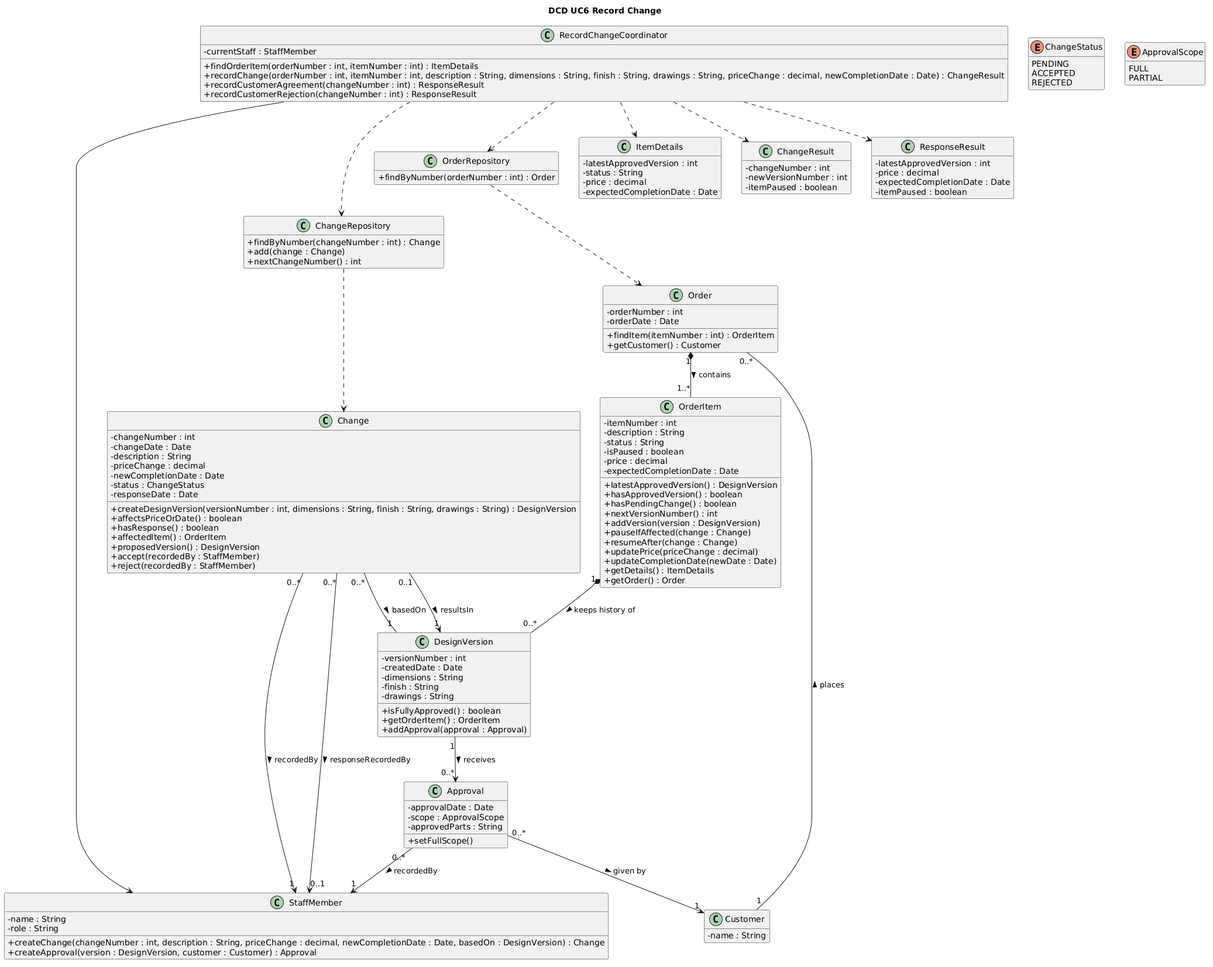
Ahmad-1031/OOAD_CA2 keeps this PlantUML diagram as dcd-uc6-record-change.png. Above is the earlier version.
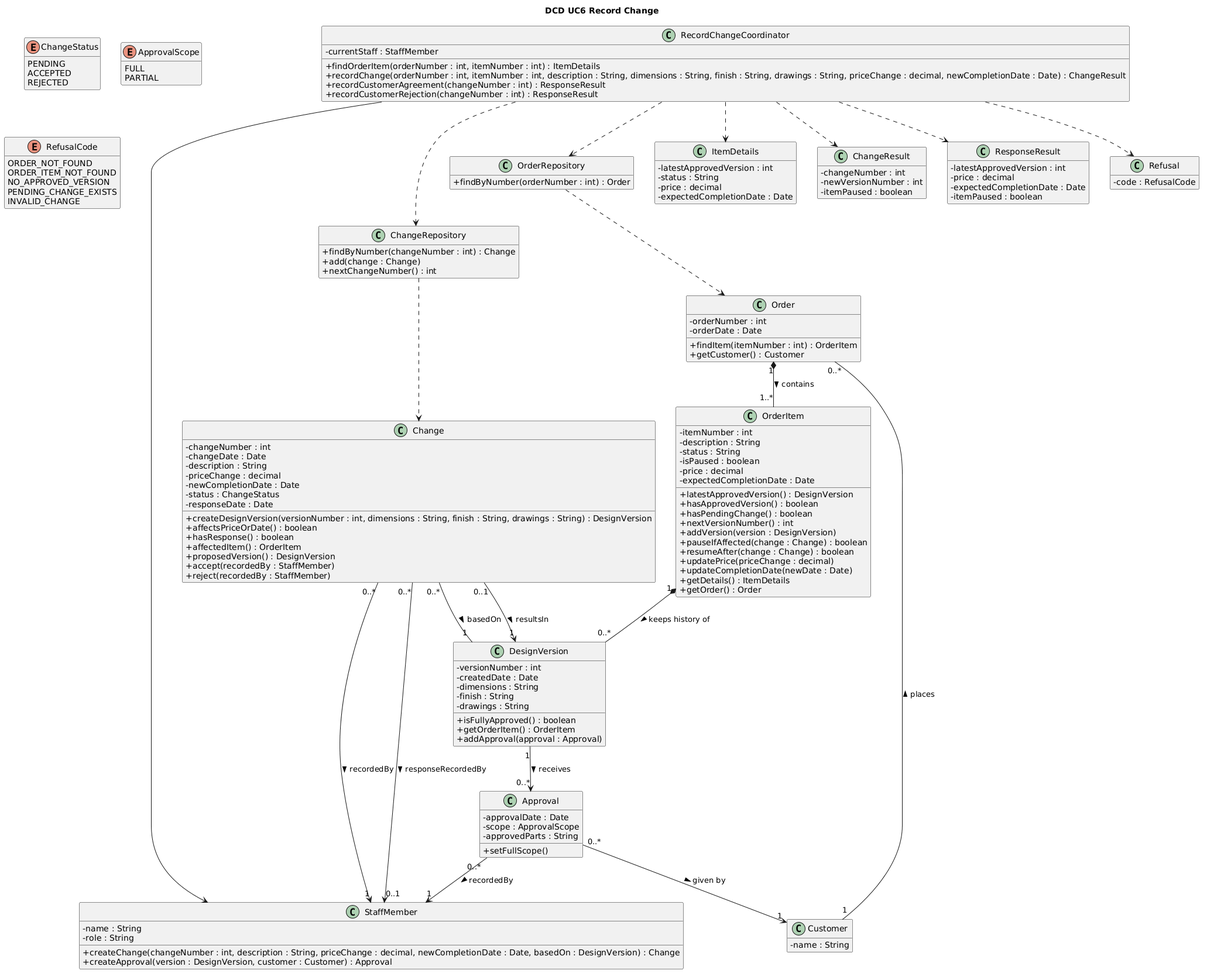
The same diagram one commit later.

Change to the diagram source:
```diff
@@ -40,8 +40,8 @@
   + hasPendingChange() : boolean
   + nextVersionNumber() : int
   + addVersion(version : DesignVersion)
-  + pauseIfAffected(change : Change)
-  + resumeAfter(change : Change)
+  + pauseIfAffected(change : Change) : boolean
+  + resumeAfter(change : Change) : boolean
   + updatePrice(priceChange : decimal)
   + updateCompletionDate(newDate : Date)
   + getDetails() : ItemDetails
@@ -114,6 +114,10 @@
   - itemPaused : boolean
 }
 
+class Refusal {
+  - code : RefusalCode
+}
+
 enum ChangeStatus {
   PENDING
   ACCEPTED
@@ -125,12 +129,21 @@
   PARTIAL
 }
 
+enum RefusalCode {
+  ORDER_NOT_FOUND
+  ORDER_ITEM_NOT_FOUND
+  NO_APPROVED_VERSION
+  PENDING_CHANGE_EXISTS
+  INVALID_CHANGE
+}
+
 RecordChangeCoordinator ..> OrderRepository
 RecordChangeCoordinator ..> ChangeRepository
 RecordChangeCoordinator --> StaffMember
 RecordChangeCoordinator ..> ItemDetails
 RecordChangeCoordinator ..> ChangeResult
 RecordChangeCoordinator ..> ResponseResult
+RecordChangeCoordinator ..> Refusal
 
 OrderRepository ..> Order
 ChangeRepository ..> Change
```
